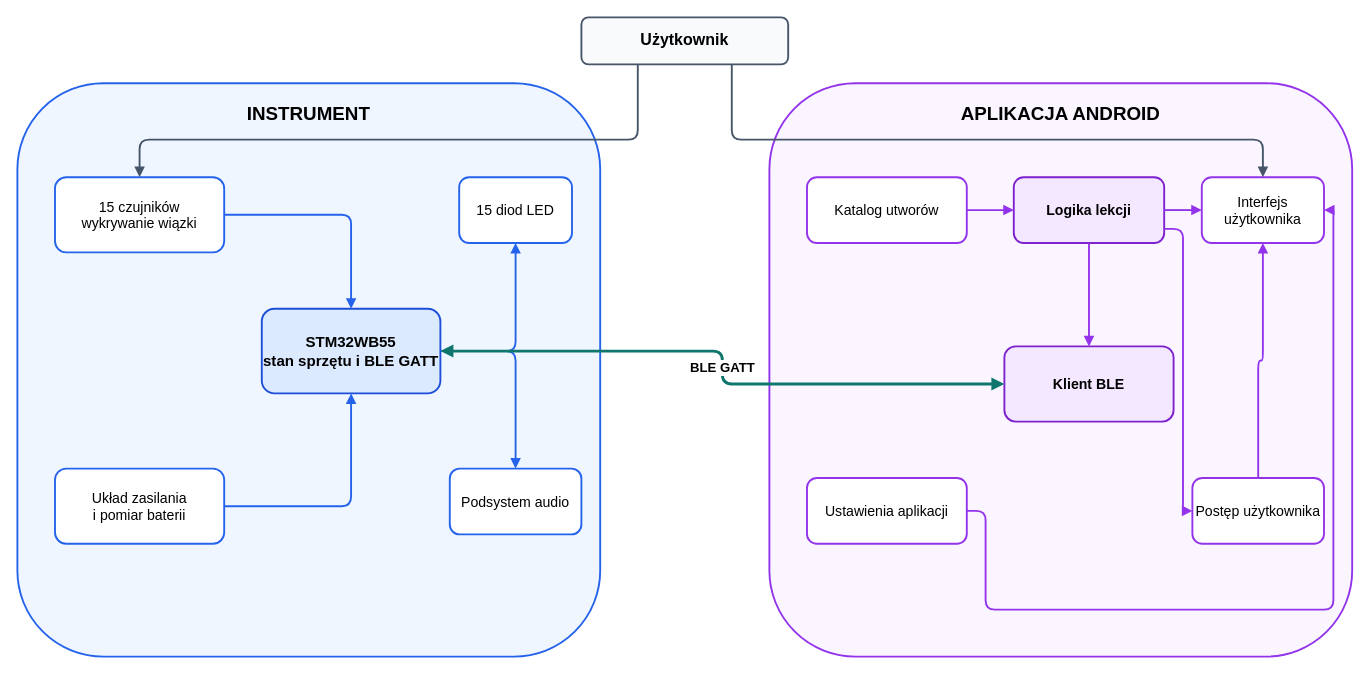
Earlier version of the draw.io diagram docs/adr/diagrams/system-responsibilities.drawio (emnealyn/HARFA). Source tidied: cells renumbered, new cells numbered last; positions are measured from the earlier drawing's top-left corner, leaving out a move shared by most shapes. Both pictures are drawn from the tidied source at 94%, with x=0, y=0 at pixel (17, 17).
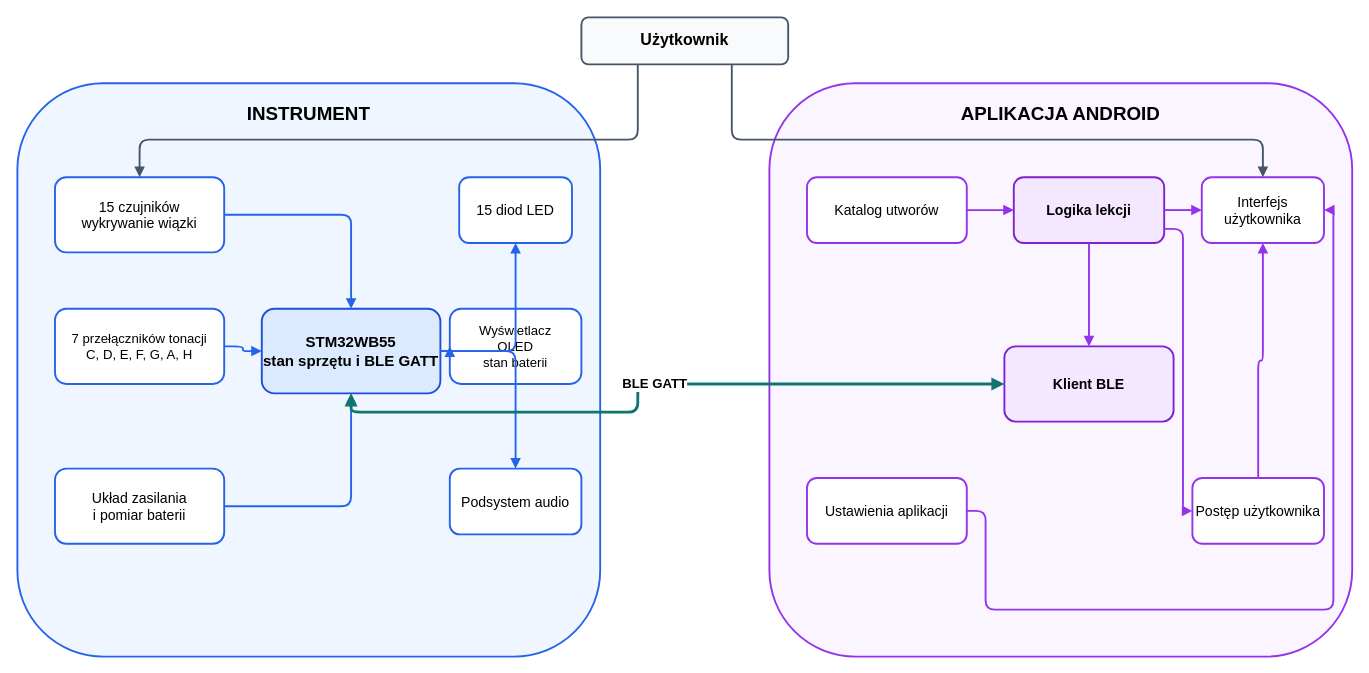
The same diagram, later.

Commit message (it also covers changes not shown here):
HARFA-12 Poprawa odpowiedzialności STM32 i diagramów

Unchanged cells that the change refers to:
```xml
<mxCell id="7" value="STM32WB55&#10;stan sprzętu i BLE GATT" style="rounded=1;whiteSpace=wrap;html=1;fontSize=16;fontStyle=1;fillColor=#dbeafe;strokeColor=#1d4ed8;strokeWidth=2;" parent="1" vertex="1">
  <mxGeometry x="260" y="310" width="190" height="90" as="geometry" />
</mxCell>
<mxCell id="13" value="Klient BLE" style="rounded=1;whiteSpace=wrap;html=1;fontSize=15;fontStyle=1;fillColor=#f3e8ff;strokeColor=#7e22ce;strokeWidth=2;" parent="1" vertex="1">
  <mxGeometry x="1050" y="350" width="180" height="80" as="geometry" />
</mxCell>
```

What changed in the source:
```diff
@@
+    <mxCell id="29" value="7 przełączników tonacji&#10;C, D, E, F, G, A, H" style="rounded=1;whiteSpace=wrap;html=1;fontSize=14;fillColor=#ffffff;strokeColor=#2563eb;strokeWidth=2;" parent="1" vertex="1">
+      <mxGeometry x="40" y="310" width="180" height="80" as="geometry" />
+    </mxCell>
@@
+    <mxCell id="30" value="Wyświetlacz&#10;OLED&#10;stan baterii" style="rounded=1;whiteSpace=wrap;html=1;fontSize=14;fillColor=#ffffff;strokeColor=#2563eb;strokeWidth=2;" parent="1" vertex="1">
+      <mxGeometry x="460" y="310" width="140" height="80" as="geometry" />
+    </mxCell>
@@
+    <mxCell id="31" style="edgeStyle=orthogonalEdgeStyle;rounded=1;html=1;endArrow=block;endFill=1;strokeColor=#2563eb;strokeWidth=2;" parent="1" edge="1" source="29" target="7">
+      <mxGeometry relative="1" as="geometry" />
+    </mxCell>
@@
+    <mxCell id="32" style="edgeStyle=orthogonalEdgeStyle;rounded=1;html=1;endArrow=block;endFill=1;strokeColor=#2563eb;strokeWidth=2;" parent="1" edge="1" source="7" target="30">
+      <mxGeometry relative="1" as="geometry" />
+    </mxCell>
@@
     <mxCell id="22" value="BLE GATT" style="edgeStyle=orthogonalEdgeStyle;rounded=1;html=1;startArrow=block;startFill=1;endArrow=block;endFill=1;strokeColor=#0f766e;strokeWidth=3;fontSize=14;fontStyle=1;labelBackgroundColor=#ffffff;" parent="1" edge="1" source="7" target="13">
-      <mxGeometry relative="1" as="geometry" />
+      <mxGeometry relative="1" as="geometry">
+        <Array as="points">
+          <mxPoint x="355" y="420" />
+          <mxPoint x="660" y="420" />
+          <mxPoint x="660" y="390" />
+        </Array>
+      </mxGeometry>
     </mxCell>
```
